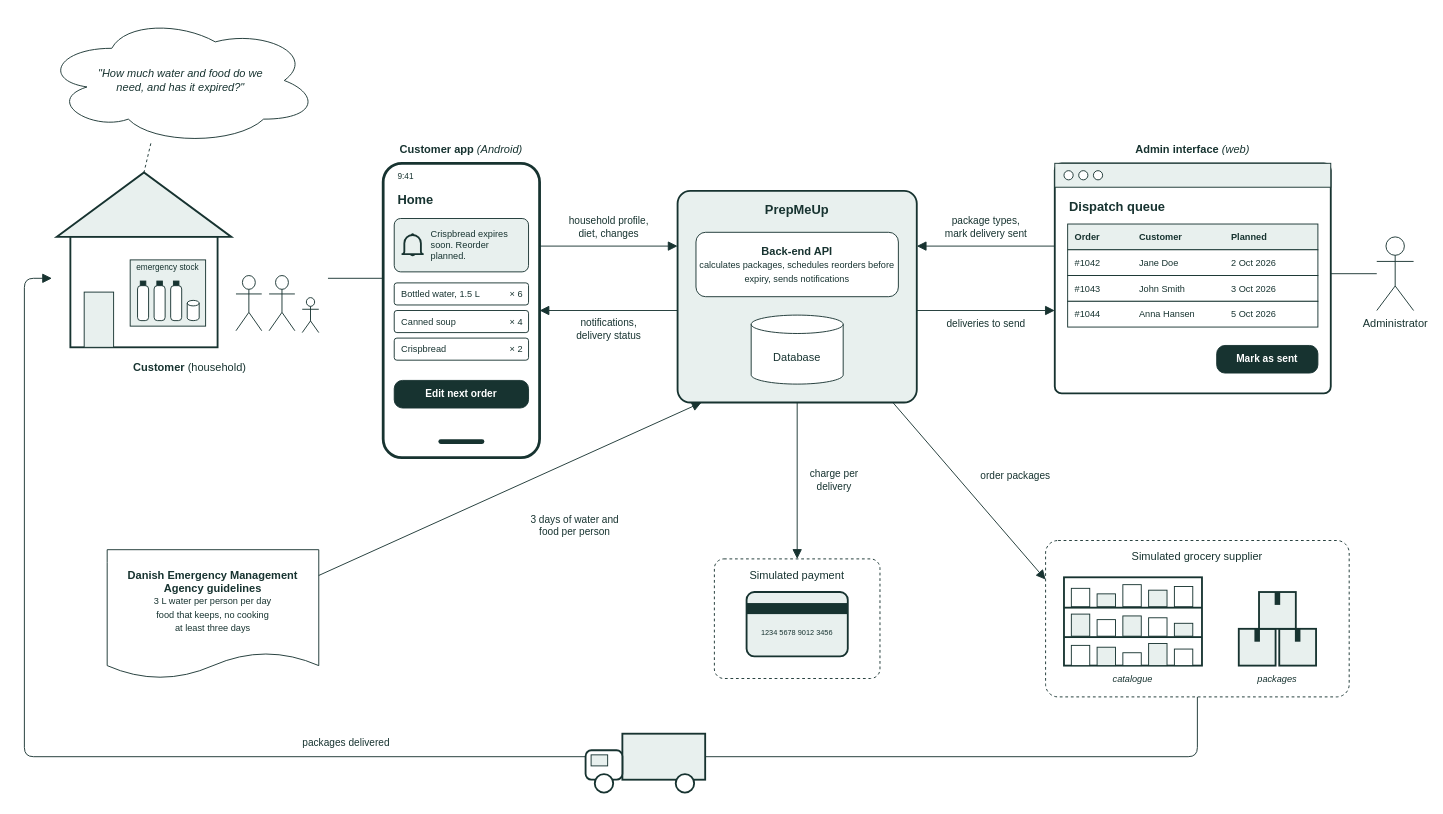
This is docs/assets/drawio/rich-picture.drawio from Mosekjaer/prepmeup, a draw.io file, before an edit. Source tidied: cells renumbered, new cells numbered last; positions are measured from the earlier drawing's top-left corner, leaving out a move shared by most shapes. Both pictures are drawn from the tidied source at 92%, with x=0, y=0 at pixel (24, 16).
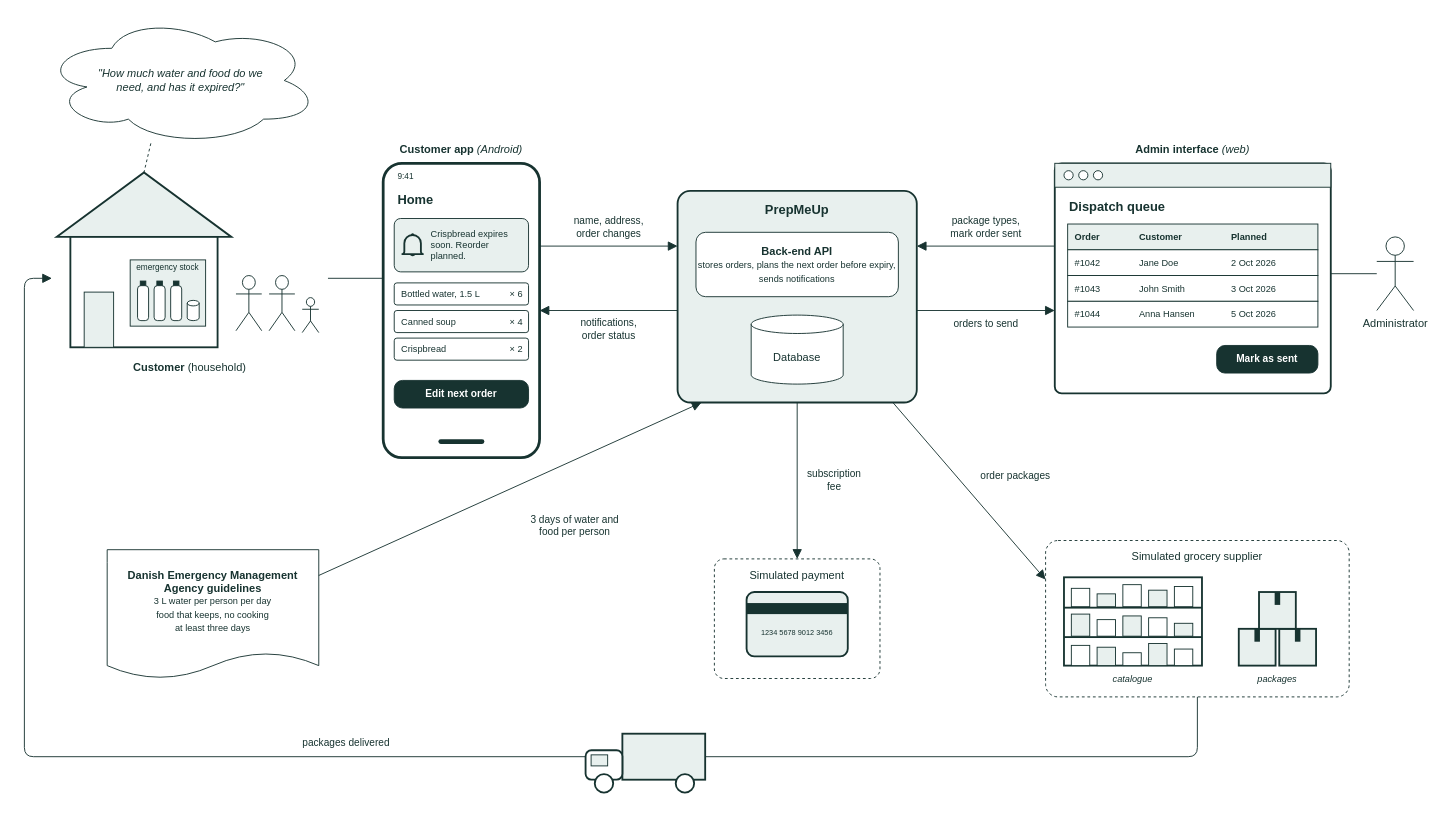
Above is the later version.

Commit message (it also covers changes not shown here):
docs: simplify requirements and base payment on subscription

FR-10 is registering payment details, FR-14 is the subscription fee. The fee depends on how many adults and children the customer prepares for. Rich picture labels follow requirements 1.5.

The change refers to these unchanged cells:
```xml
<mxCell id="21" style="html=1;strokeColor=#173330;fontColor=#173330;rounded=1;arcSize=12;fillColor=#FFFFFF;strokeWidth=3;" parent="1" vertex="1">
  <mxGeometry x="390" y="160" width="170" height="320" as="geometry" />
</mxCell>
<mxCell id="38" value="PrepMeUp" style="html=1;strokeColor=#173330;fontColor=#173330;whiteSpace=wrap;rounded=1;arcSize=6;fillColor=#E8F0EE;strokeWidth=2;fontSize=14;fontStyle=1;verticalAlign=top;spacingTop=6;" parent="1" vertex="1">
  <mxGeometry x="710" y="190" width="260" height="230" as="geometry" />
</mxCell>
<mxCell id="42" style="html=1;strokeColor=#173330;fontColor=#173330;rounded=1;arcSize=3;fillColor=#FFFFFF;strokeWidth=2;" parent="1" vertex="1">
  <mxGeometry x="1120" y="160" width="300" height="250" as="geometry" />
</mxCell>
<mxCell id="67" value="Simulated payment" style="html=1;strokeColor=#173330;fontColor=#173330;whiteSpace=wrap;rounded=1;arcSize=8;dashed=1;fillColor=#FFFFFF;fontSize=12;verticalAlign=top;spacingTop=4;" parent="1" vertex="1">
  <mxGeometry x="750" y="590" width="180" height="130" as="geometry" />
</mxCell>
```

Diff of the diagram source:
```diff
@@
-    <mxCell id="39" value="&lt;b&gt;Back-end API&lt;/b&gt;&lt;br&gt;&lt;font style=&quot;font-size:10px&quot;&gt;calculates packages, schedules reorders before expiry, sends notifications&lt;/font&gt;" style="html=1;strokeColor=#173330;fontColor=#173330;whiteSpace=wrap;rounded=1;fillColor=#FFFFFF;fontSize=12;" parent="38" vertex="1">
+    <mxCell id="39" value="&lt;b&gt;Back-end API&lt;/b&gt;&lt;br&gt;&lt;font style=&quot;font-size:10px&quot;&gt;stores orders, plans the next order before expiry, sends notifications&lt;/font&gt;" style="html=1;strokeColor=#173330;fontColor=#173330;whiteSpace=wrap;rounded=1;fillColor=#FFFFFF;fontSize=12;" parent="38" vertex="1">
       <mxGeometry x="20" y="45" width="220" height="70" as="geometry" />
     </mxCell>
@@
-    <mxCell id="108" value="household profile,&lt;br&gt;diet, changes" style="html=1;strokeColor=#173330;fontColor=#173330;endArrow=block;endSize=8;fontSize=11;labelBackgroundColor=none;exitX=1;exitY=0.28125;exitDx=0;exitDy=0;entryX=0;entryY=0.26087;entryDx=0;entryDy=0;" parent="1" edge="1" source="21" target="38">
+    <mxCell id="108" value="name, address,&lt;br&gt;order changes" style="html=1;strokeColor=#173330;fontColor=#173330;endArrow=block;endSize=8;fontSize=11;labelBackgroundColor=none;exitX=1;exitY=0.28125;exitDx=0;exitDy=0;entryX=0;entryY=0.26087;entryDx=0;entryDy=0;" parent="1" edge="1" source="21" target="38">
       <mxGeometry relative="1" as="geometry">
         <mxPoint y="-20" as="offset" />
       </mxGeometry>
     </mxCell>
-    <mxCell id="109" value="notifications,&lt;br&gt;delivery status" style="html=1;strokeColor=#173330;fontColor=#173330;endArrow=block;endSize=8;fontSize=11;labelBackgroundColor=none;exitX=0;exitY=0.56522;exitDx=0;exitDy=0;entryX=1;entryY=0.5;entryDx=0;entryDy=0;" parent="1" edge="1" source="38" target="21">
+    <mxCell id="109" value="notifications,&lt;br&gt;order status" style="html=1;strokeColor=#173330;fontColor=#173330;endArrow=block;endSize=8;fontSize=11;labelBackgroundColor=none;exitX=0;exitY=0.56522;exitDx=0;exitDy=0;entryX=1;entryY=0.5;entryDx=0;entryDy=0;" parent="1" edge="1" source="38" target="21">
       <mxGeometry relative="1" as="geometry">
         <mxPoint y="20" as="offset" />
       </mxGeometry>
     </mxCell>
-    <mxCell id="110" value="package types,&lt;br&gt;mark delivery sent" style="html=1;strokeColor=#173330;fontColor=#173330;endArrow=block;endSize=8;fontSize=11;labelBackgroundColor=none;exitX=0;exitY=0.36;exitDx=0;exitDy=0;entryX=1;entryY=0.26087;entryDx=0;entryDy=0;" parent="1" edge="1" source="42" target="38">
+    <mxCell id="110" value="package types,&lt;br&gt;mark order sent" style="html=1;strokeColor=#173330;fontColor=#173330;endArrow=block;endSize=8;fontSize=11;labelBackgroundColor=none;exitX=0;exitY=0.36;exitDx=0;exitDy=0;entryX=1;entryY=0.26087;entryDx=0;entryDy=0;" parent="1" edge="1" source="42" target="38">
       <mxGeometry relative="1" as="geometry">
         <mxPoint y="-20" as="offset" />
       </mxGeometry>
     </mxCell>
-    <mxCell id="111" value="deliveries to send" style="html=1;strokeColor=#173330;fontColor=#173330;endArrow=block;endSize=8;fontSize=11;labelBackgroundColor=none;exitX=1;exitY=0.56522;exitDx=0;exitDy=0;entryX=0;entryY=0.64;entryDx=0;entryDy=0;" parent="1" edge="1" source="38" target="42">
+    <mxCell id="111" value="orders to send" style="html=1;strokeColor=#173330;fontColor=#173330;endArrow=block;endSize=8;fontSize=11;labelBackgroundColor=none;exitX=1;exitY=0.56522;exitDx=0;exitDy=0;entryX=0;entryY=0.64;entryDx=0;entryDy=0;" parent="1" edge="1" source="38" target="42">
       <mxGeometry relative="1" as="geometry">
         <mxPoint y="14" as="offset" />
       </mxGeometry>
     </mxCell>
@@
-    <mxCell id="113" value="charge per&lt;br&gt;delivery" style="html=1;strokeColor=#173330;fontColor=#173330;endArrow=block;endSize=8;fontSize=11;labelBackgroundColor=none;exitX=0.5;exitY=1;exitDx=0;exitDy=0;entryX=0.5;entryY=0;entryDx=0;entryDy=0;" parent="1" edge="1" source="38" target="67">
+    <mxCell id="113" value="subscription&lt;br&gt;fee" style="html=1;strokeColor=#173330;fontColor=#173330;endArrow=block;endSize=8;fontSize=11;labelBackgroundColor=none;exitX=0.5;exitY=1;exitDx=0;exitDy=0;entryX=0.5;entryY=0;entryDx=0;entryDy=0;" parent="1" edge="1" source="38" target="67">
       <mxGeometry relative="1" as="geometry">
         <mxPoint x="40" as="offset" />
       </mxGeometry>
     </mxCell>
```
